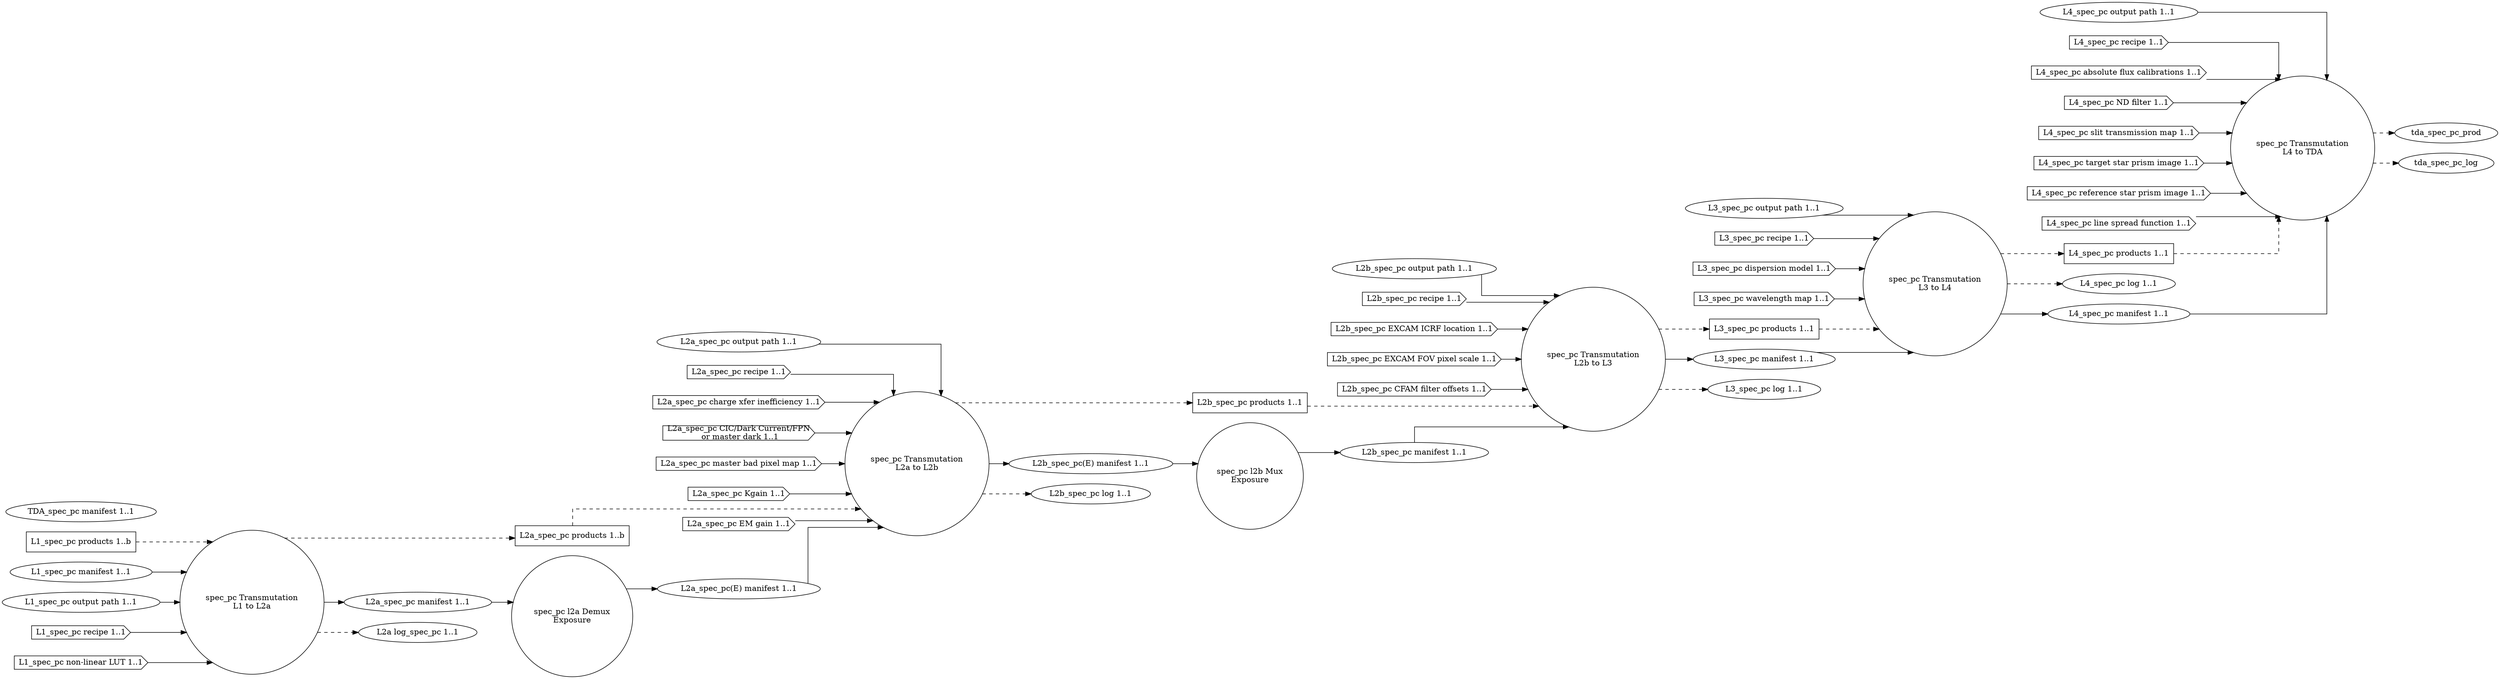
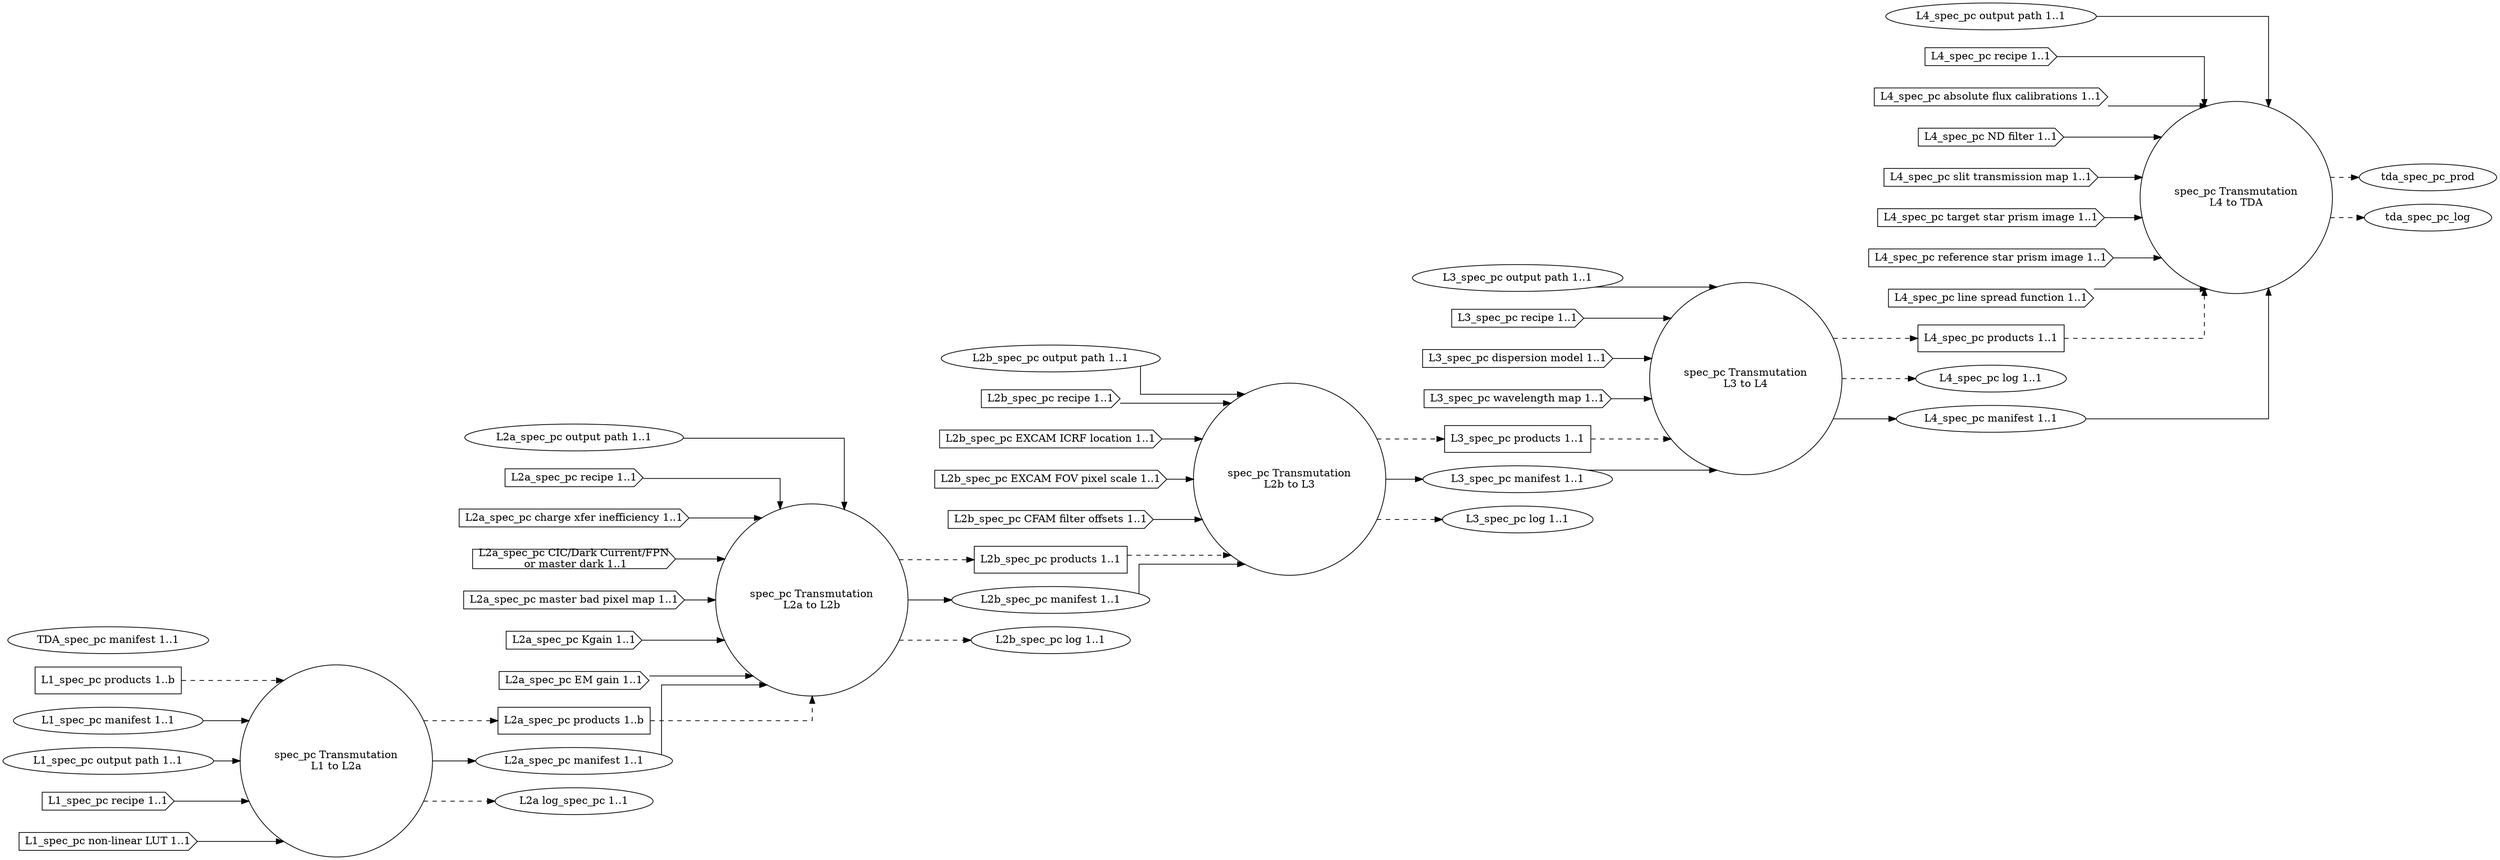
digraph SpectroscopyPhotonCount {
graph [splines="ortho", rankdir=LR];
trans_spec_pc_l1_l2a [label="spec_pc Transmutation\nL1 to L2a", shape="circle", runname="l1.transmutation_spec_pc", runtype="dawgie.Algorithm", fsmtype="dip.base.Runner"];
- l2a_spec_pc_demux [label="spec_pc l2a Demux\nExposure", shape="circle", runname="l2a.demux_spec_pc", runtype="dawgie.Algorithm", fsmtype="dip.clerk.impls.demux.FSM"];
trans_spec_pc_l2a_l2b [label="spec_pc Transmutation\nL2a to L2b", shape="circle", runname="l2a.transmutation_spec_pc", runtype="dawgie.Algorithm", fsmtype="dip.base.Runner"];
- l2b_spec_pc_mux [label="spec_pc l2b Mux\nExposure", shape="circle", runname="l2b.mux_spec_pc", runtype="dawgie.Analyzer", fsmtype="dip.clerk.impls.mux.FSM"];
trans_spec_pc_l2b_l3 [label="spec_pc Transmutation\nL2b to L3", shape="circle", runname="l2b.transmutation_spec_pc", runtype="dawgie.Algorithm", fsmtype="dip.base.Runner"];
trans_spec_pc_l3_l4 [label="spec_pc Transmutation\nL3 to L4", shape="circle", runname="l3.transmutation_spec_pc", runtype="dawgie.Algorithm", fsmtype="dip.base.Runner"];
trans_spec_pc_l4_tda [label="spec_pc Transmutation\nL4 to TDA", shape="circle", runname="l4.transmutation_spec_pc", runtype="dawgie.Algorithm", fsmtype="dip.base.Runner"];
l1_spec_pc_prod [label="L1_spec_pc products 1..b", shape="rectangle"];
l1_spec_pc_man [label="L1_spec_pc manifest 1..1", shape="ellipse"];
l1_spec_pc_odir [label="L1_spec_pc output path 1..1", shape="ellipse"];
l1_spec_pc_rec [label="L1_spec_pc recipe 1..1", shape="cds"];
l1_spec_pc_nllut [label="L1_spec_pc non-linear LUT 1..1", shape="cds"];
l2a_spec_pc_prod [label="L2a_spec_pc products 1..b", shape="rectangle"];
l2a_spec_pc_man [label="L2a_spec_pc manifest 1..1", shape="ellipse", valname="l1.transmutation_spec_pc.product.manifest", valtype="dip.base.Manifest"];
l2a_spec_pc_odir [label="L2a_spec_pc output path 1..1", shape="ellipse"];
l2a_spec_pc_rec [label="L2a_spec_pc recipe 1..1", shape="cds"];
l2a_spec_pc_cti [label="L2a_spec_pc charge xfer inefficiency 1..1", shape="cds"];
l2a_spec_pc_dnb [label="L2a_spec_pc CIC/Dark Current/FPN\n or master dark 1..1", shape="cds"];
l2a_spec_pc_mbpm [label="L2a_spec_pc master bad pixel map 1..1", shape="cds"];
l2a_spec_pc_kgain [label="L2a_spec_pc Kgain 1..1", shape="cds"];
l2a_spec_pc_emg [label="L2a_spec_pc EM gain 1..1", shape="cds"];
l2a_spec_pc_log [label="L2a log_spec_pc 1..1", shape="ellipse"];
- l2a_spec_pc_man_demux [label="L2a_spec_pc(E) manifest 1..1", shape="ellipse", valname="l2a.demux_spec_pc.product.manifest", valtype="dip.base.Manifest"];
l2b_spec_pc_prod [label="L2b_spec_pc products 1..1", shape="rectangle"];
- l2b_spec_pc_man [label="L2b_spec_pc manifest 1..1", shape="ellipse", valname="l2b.mux_spec_pc.product.manifest", valtype="dip.base.Manifest"];
+ l2b_spec_pc_man [label="L2b_spec_pc manifest 1..1", shape="ellipse", valname="l2b.transmutation_spec_pc.product.manifest", valtype="dip.base.Manifest"];
l2b_spec_pc_odir [label="L2b_spec_pc output path 1..1", shape="ellipse"];
l2b_spec_pc_rec [label="L2b_spec_pc recipe 1..1", shape="cds"];
l2b_spec_pc_excicrf [label="L2b_spec_pc EXCAM ICRF location 1..1", shape="cds"];
l2b_spec_pc_excfovps [label="L2b_spec_pc EXCAM FOV pixel scale 1..1", shape="cds"];
l2b_spec_pc_cfamfo [label="L2b_spec_pc CFAM filter offsets 1..1", shape="cds"];
- l2b_spec_pc_man_demux [label="L2b_spec_pc(E) manifest 1..1", shape="ellipse", valname="l2a.transmutation_spec_pc.product.manifest", valtype="dip.base.Manifest"];
l2b_spec_pc_log [label="L2b_spec_pc log 1..1", shape="ellipse"];
l3_spec_pc_prod [label="L3_spec_pc products 1..1", shape="rectangle"];
l3_spec_pc_odir [label="L3_spec_pc output path 1..1", shape="ellipse"];
l3_spec_pc_man [label="L3_spec_pc manifest 1..1", shape="ellipse", valname="l2b.transmutation_spec_pc.product.manifest", valtype="dip.base.Manifest"];
l3_spec_pc_rec [label="L3_spec_pc recipe 1..1", shape="cds"];
l3_spec_pc_dispm [label="L3_spec_pc dispersion model 1..1", shape="cds"];
l3_spec_pc_wavem [label="L3_spec_pc wavelength map 1..1", shape="cds"];
l3_spec_pc_log [label="L3_spec_pc log 1..1", shape="ellipse"];
l4_spec_pc_prod [label="L4_spec_pc products 1..1", shape="rectangle"];
l4_spec_pc_odir [label="L4_spec_pc output path 1..1", shape="ellipse"];
l4_spec_pc_log [label="L4_spec_pc log 1..1", shape="ellipse"];
l4_spec_pc_man [label="L4_spec_pc manifest 1..1", shape="ellipse", valname="l3.transmutation_spec_pc.product.manifest", valtype="dip.base.Manifest"];
l4_spec_pc_rec [label="L4_spec_pc recipe 1..1", shape="cds"];
l4_spec_pc_afcal [label="L4_spec_pc absolute flux calibrations 1..1", shape="cds"];
l4_spec_pc_ndfilt [label="L4_spec_pc ND filter 1..1", shape="cds"];
l4_spec_pc_stmap [label="L4_spec_pc slit transmission map 1..1", shape="cds"];
l4_spec_pc_tspi [label="L4_spec_pc target star prism image 1..1", shape="cds"];
l4_spec_pc_rspi [label="L4_spec_pc reference star prism image 1..1", shape="cds"];
l4_spec_pc_lsf [label="L4_spec_pc line spread function 1..1", shape="cds"];
tda_spec_pc_man [label="TDA_spec_pc manifest 1..1", shape="ellipse", valname="l4.transmutation_spec_pc.product.manifest", valtype="dip.base.Manifest"];
l1_spec_pc_prod -> trans_spec_pc_l1_l2a [style="dashed"];
l1_spec_pc_man -> trans_spec_pc_l1_l2a;
l1_spec_pc_odir -> trans_spec_pc_l1_l2a;
l1_spec_pc_rec -> trans_spec_pc_l1_l2a;
l1_spec_pc_nllut -> trans_spec_pc_l1_l2a;
trans_spec_pc_l1_l2a -> l2a_spec_pc_prod [style="dashed"];
trans_spec_pc_l1_l2a -> l2a_spec_pc_man;
trans_spec_pc_l1_l2a -> l2a_spec_pc_log [style="dashed"];
l2a_spec_pc_prod -> trans_spec_pc_l2a_l2b [style="dashed"];
l2a_spec_pc_odir -> trans_spec_pc_l2a_l2b;
l2a_spec_pc_rec -> trans_spec_pc_l2a_l2b;
l2a_spec_pc_cti -> trans_spec_pc_l2a_l2b;
l2a_spec_pc_dnb -> trans_spec_pc_l2a_l2b;
l2a_spec_pc_mbpm -> trans_spec_pc_l2a_l2b;
l2a_spec_pc_emg -> trans_spec_pc_l2a_l2b;
l2a_spec_pc_kgain -> trans_spec_pc_l2a_l2b;
trans_spec_pc_l2a_l2b -> l2b_spec_pc_prod [style="dashed"];
- trans_spec_pc_l2a_l2b -> l2b_spec_pc_man_demux;
+ trans_spec_pc_l2a_l2b -> l2b_spec_pc_man;
trans_spec_pc_l2a_l2b -> l2b_spec_pc_log [style="dashed"];
- l2a_spec_pc_man -> l2a_spec_pc_demux;
- l2a_spec_pc_demux -> l2a_spec_pc_man_demux;
- l2a_spec_pc_man_demux -> trans_spec_pc_l2a_l2b;
- l2b_spec_pc_man_demux -> l2b_spec_pc_mux;
- l2b_spec_pc_mux -> l2b_spec_pc_man;
+ l2a_spec_pc_man -> trans_spec_pc_l2a_l2b;
l2b_spec_pc_prod -> trans_spec_pc_l2b_l3 [style="dashed"];
l2b_spec_pc_man -> trans_spec_pc_l2b_l3;
l2b_spec_pc_odir -> trans_spec_pc_l2b_l3;
l2b_spec_pc_rec -> trans_spec_pc_l2b_l3;
l2b_spec_pc_excicrf -> trans_spec_pc_l2b_l3;
l2b_spec_pc_excfovps -> trans_spec_pc_l2b_l3;
l2b_spec_pc_cfamfo -> trans_spec_pc_l2b_l3;
trans_spec_pc_l2b_l3 -> l3_spec_pc_prod [style="dashed"];
trans_spec_pc_l2b_l3 -> l3_spec_pc_man;
trans_spec_pc_l2b_l3 -> l3_spec_pc_log [style="dashed"];
l3_spec_pc_prod -> trans_spec_pc_l3_l4 [style="dashed"];
l3_spec_pc_man -> trans_spec_pc_l3_l4;
l3_spec_pc_odir -> trans_spec_pc_l3_l4;
l3_spec_pc_rec -> trans_spec_pc_l3_l4;
l3_spec_pc_dispm -> trans_spec_pc_l3_l4;
l3_spec_pc_wavem -> trans_spec_pc_l3_l4;
trans_spec_pc_l3_l4 -> l4_spec_pc_prod [style="dashed"];
trans_spec_pc_l3_l4 -> l4_spec_pc_log [style="dashed"];
trans_spec_pc_l3_l4 -> l4_spec_pc_man;
l4_spec_pc_prod -> trans_spec_pc_l4_tda [style="dashed"];
l4_spec_pc_man -> trans_spec_pc_l4_tda;
l4_spec_pc_odir -> trans_spec_pc_l4_tda;
l4_spec_pc_rec -> trans_spec_pc_l4_tda;
l4_spec_pc_afcal -> trans_spec_pc_l4_tda;
l4_spec_pc_ndfilt -> trans_spec_pc_l4_tda;
l4_spec_pc_stmap -> trans_spec_pc_l4_tda;
l4_spec_pc_tspi -> trans_spec_pc_l4_tda;
l4_spec_pc_rspi -> trans_spec_pc_l4_tda;
l4_spec_pc_lsf -> trans_spec_pc_l4_tda;
trans_spec_pc_l4_tda -> tda_spec_pc_prod [style="dashed"];
trans_spec_pc_l4_tda -> tda_spec_pc_log [style="dashed"];
}
